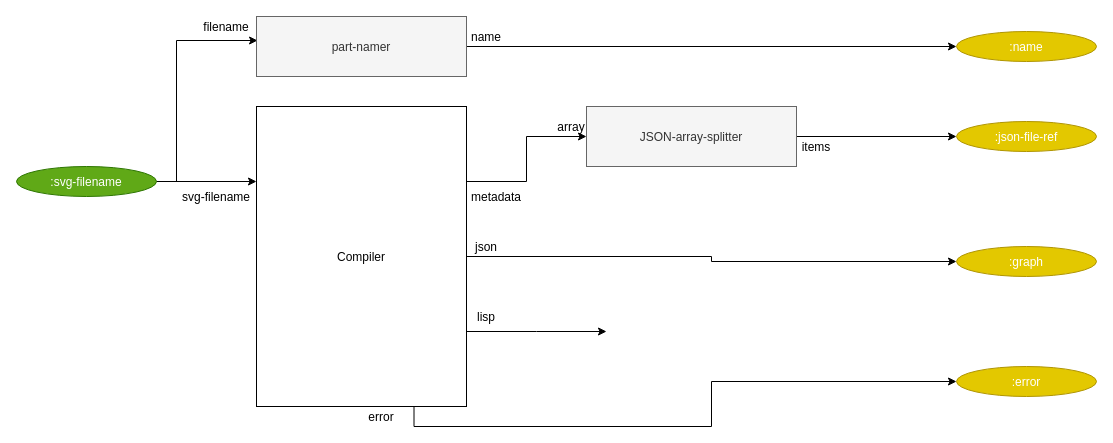
Above: page "3. compile-single-diagram" (4 of 5) of build_process/cl-build/build.drawio in bmfbp/bmfbp (draw.io), before the change. Source tidied: cells renumbered, new cells numbered last; positions are measured from the earlier drawing's top-left corner, leaving out a move shared by most shapes. Both pictures are drawn from the tidied source at 100%, with x=0, y=0 at pixel (16, 16).
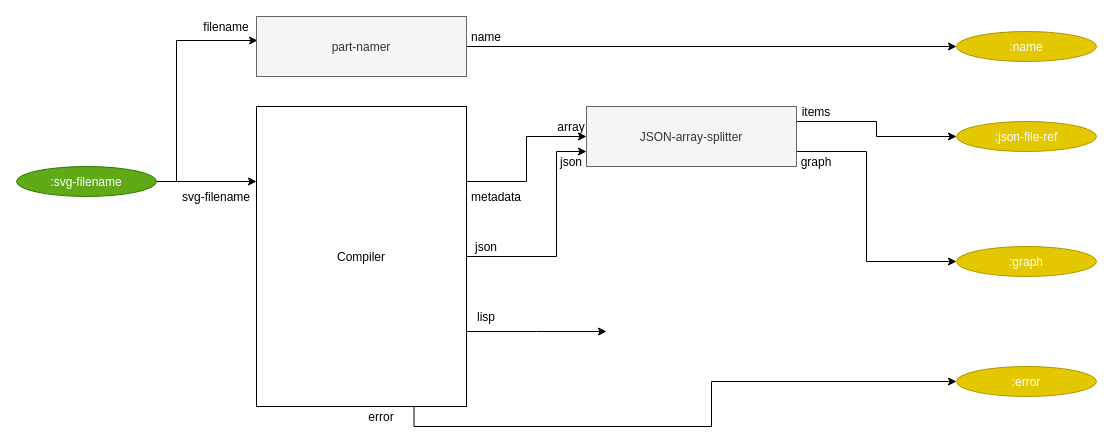
The same page after the edit.

Commit message (it also covers changes not shown here):
change json-array-splitter to send metadata before graph

The change refers to these unchanged cells:
```xml
<mxCell id="6" value="Compiler" style="rounded=0;" parent="1" vertex="1">
  <mxGeometry x="240" y="90" width="210" height="300" as="geometry" />
</mxCell>
<mxCell id="14" value="JSON-array-splitter" style="rounded=0;strokeColor=#666666;align=center;fillColor=#f5f5f5;fontColor=#333333;" parent="1" vertex="1">
  <mxGeometry x="570" y="90" width="210" height="60" as="geometry" />
</mxCell>
<mxCell id="15" value=":json-file-ref" style="ellipse;fillColor=#e3c800;strokeColor=#B09500;fontColor=#ffffff;" parent="1" vertex="1">
  <mxGeometry x="940" y="105" width="140" height="30" as="geometry" />
</mxCell>
<mxCell id="16" value=":graph" style="ellipse;fillColor=#e3c800;strokeColor=#B09500;fontColor=#ffffff;" parent="1" vertex="1">
  <mxGeometry x="940" y="230" width="140" height="30" as="geometry" />
</mxCell>
```

Change to the diagram source:
```diff
@@
-    <mxCell id="3" style="edgeStyle=orthogonalEdgeStyle;rounded=0;jettySize=auto;html=1;exitX=1;exitY=0.5;exitDx=0;exitDy=0;entryX=0;entryY=0.5;entryDx=0;entryDy=0;" parent="1" edge="1" source="6" target="16">
-      <mxGeometry relative="1" as="geometry" />
-    </mxCell>
@@
+    <mxCell id="27" style="edgeStyle=orthogonalEdgeStyle;rounded=0;jettySize=auto;html=1;exitX=1;exitY=0.5;exitDx=0;exitDy=0;entryX=0;entryY=0.75;entryDx=0;entryDy=0;" parent="1" edge="1" source="6" target="14">
+      <mxGeometry relative="1" as="geometry">
+        <Array as="points">
+          <mxPoint x="540" y="240" />
+          <mxPoint x="540" y="135" />
+        </Array>
+      </mxGeometry>
+    </mxCell>
@@
-    <mxCell id="13" style="edgeStyle=orthogonalEdgeStyle;rounded=0;jettySize=auto;html=1;exitX=1;exitY=0.5;exitDx=0;exitDy=0;" parent="1" edge="1" source="14" target="15">
+    <mxCell id="13" style="edgeStyle=orthogonalEdgeStyle;rounded=0;jettySize=auto;html=1;exitX=1;exitY=0.25;exitDx=0;exitDy=0;" parent="1" edge="1" source="14" target="15">
       <mxGeometry relative="1" as="geometry" />
     </mxCell>
+    <mxCell id="28" style="edgeStyle=orthogonalEdgeStyle;rounded=0;jettySize=auto;html=1;exitX=1;exitY=0.75;exitDx=0;exitDy=0;entryX=0;entryY=0.5;entryDx=0;entryDy=0;" parent="1" edge="1" source="14" target="16">
+      <mxGeometry relative="1" as="geometry">
+        <Array as="points">
+          <mxPoint x="850" y="135" />
+          <mxPoint x="850" y="245" />
+        </Array>
+      </mxGeometry>
+    </mxCell>
@@
     <mxCell id="20" value="items" style="text;strokeColor=none;fillColor=none;align=center;verticalAlign=middle;rounded=0;" parent="1" vertex="1">
-      <mxGeometry x="780" y="120" width="40" height="20" as="geometry" />
+      <mxGeometry x="780" y="85" width="40" height="20" as="geometry" />
     </mxCell>
@@
+    <mxCell id="29" value="json" style="text;strokeColor=none;fillColor=none;align=center;verticalAlign=middle;rounded=0;" parent="1" vertex="1">
+      <mxGeometry x="535" y="135" width="40" height="20" as="geometry" />
+    </mxCell>
+    <mxCell id="30" value="graph" style="text;strokeColor=none;fillColor=none;align=center;verticalAlign=middle;rounded=0;" parent="1" vertex="1">
+      <mxGeometry x="780" y="135" width="40" height="20" as="geometry" />
+    </mxCell>
```
